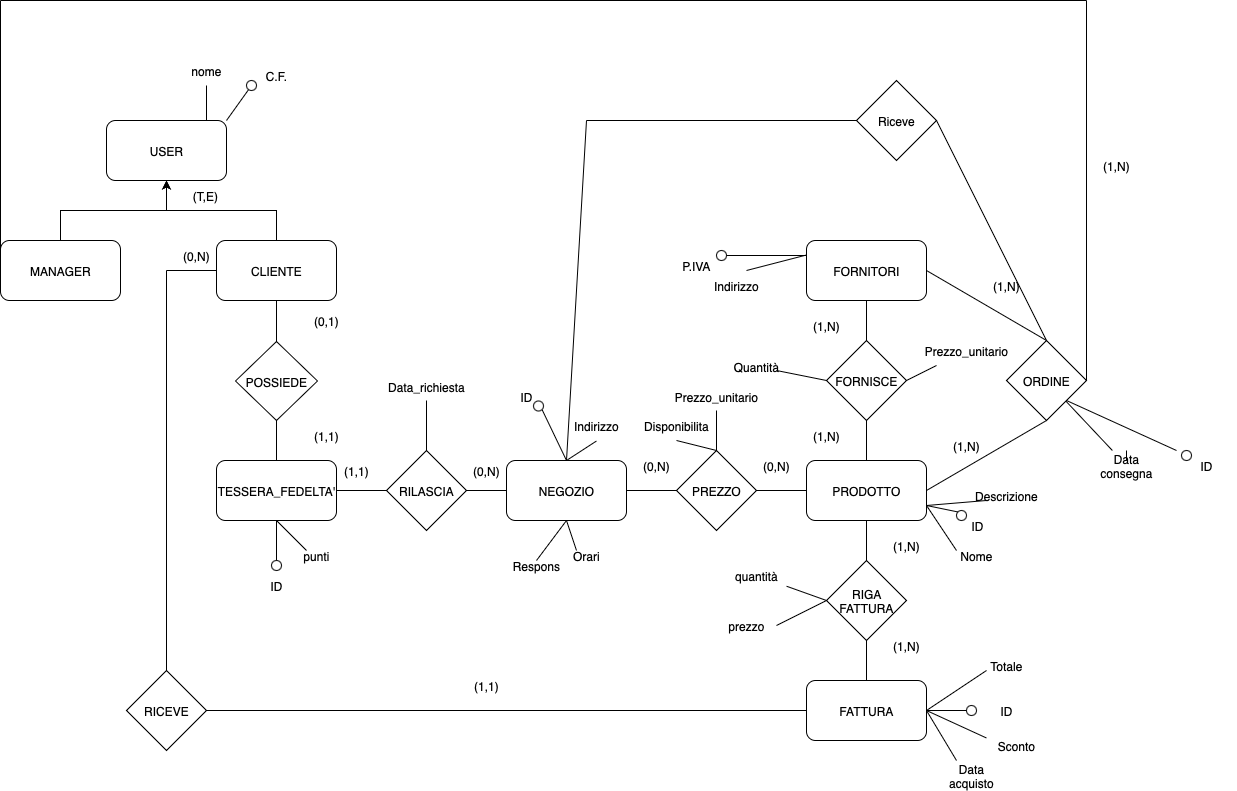
Giann8/Progetto_DB_UNI keeps this draw.io diagram as docs/schema_ER/Diagramma_ER_NR.drawio.png. Above is the earlier version. Source tidied: cells renumbered, new cells last; positions are measured from the earlier drawing's top-left corner, leaving out a move shared by most shapes.
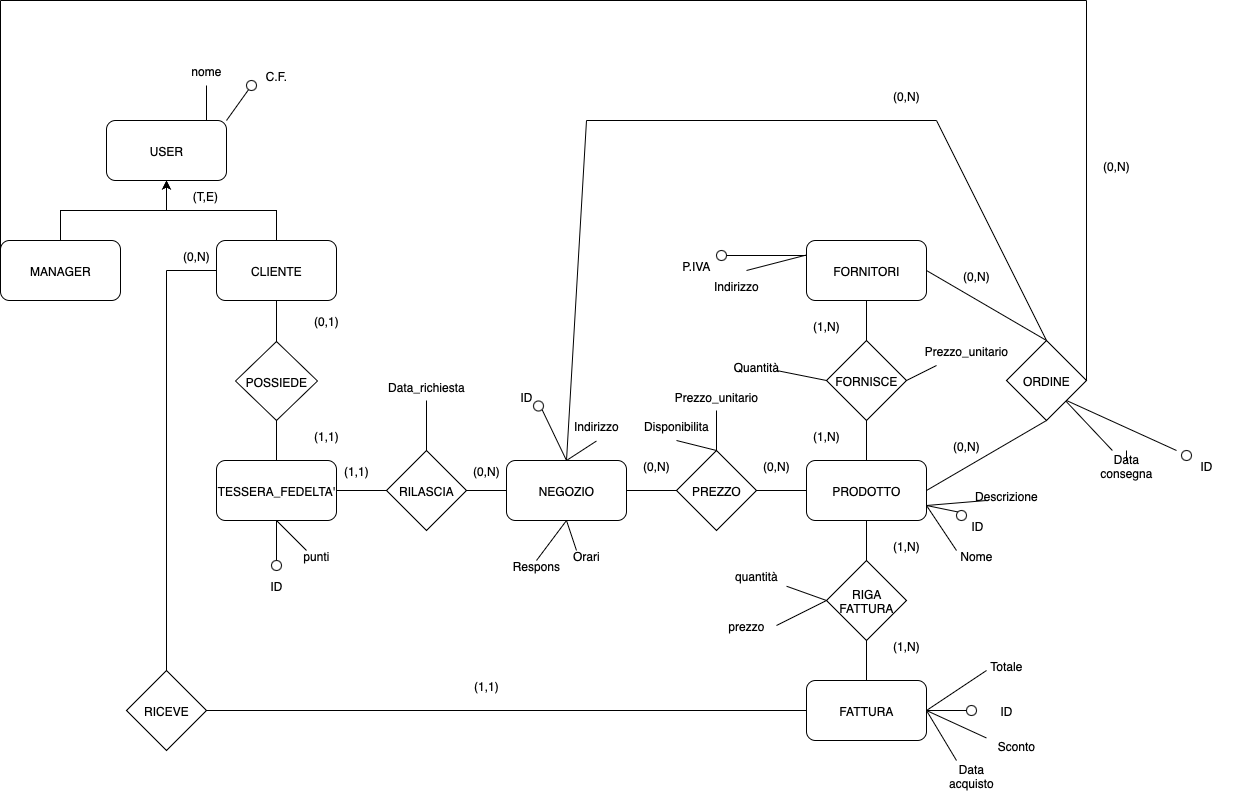
Later version of the same file.

The edit, as a diff of the source:
```diff
@@ -138,10 +138,10 @@
     <mxCell id="45" value="(1,N)" style="text;html=1;align=center;verticalAlign=middle;whiteSpace=wrap;rounded=0;" parent="1" vertex="1">
       <mxGeometry x="796" y="310" width="60" height="30" as="geometry" />
     </mxCell>
-    <mxCell id="46" value="(1,N)" style="text;html=1;align=center;verticalAlign=middle;whiteSpace=wrap;rounded=0;" parent="1" vertex="1">
-      <mxGeometry x="976" y="270" width="60" height="30" as="geometry" />
+    <mxCell id="46" value="(0,N)" style="text;html=1;align=center;verticalAlign=middle;whiteSpace=wrap;rounded=0;" parent="1" vertex="1">
+      <mxGeometry x="946" y="260" width="60" height="30" as="geometry" />
     </mxCell>
-    <mxCell id="47" value="(1,N)" style="text;html=1;align=center;verticalAlign=middle;whiteSpace=wrap;rounded=0;" parent="1" vertex="1">
+    <mxCell id="47" value="(0,N)" style="text;html=1;align=center;verticalAlign=middle;whiteSpace=wrap;rounded=0;" parent="1" vertex="1">
       <mxGeometry x="936" y="430" width="60" height="30" as="geometry" />
     </mxCell>
     <mxCell id="48" style="endArrow=none;html=1;rounded=0;exitX=1;exitY=0;exitDx=0;exitDy=0;" parent="1" edge="1" source="4" target="49">
@@ -365,12 +365,9 @@
         <mxPoint x="1086" as="targetPoint" />
       </mxGeometry>
     </mxCell>
-    <mxCell id="108" value="(1,N)" style="text;html=1;align=center;verticalAlign=middle;whiteSpace=wrap;rounded=0;" parent="1" vertex="1">
+    <mxCell id="108" value="(0,N)" style="text;html=1;align=center;verticalAlign=middle;whiteSpace=wrap;rounded=0;" parent="1" vertex="1">
       <mxGeometry x="1086" y="150" width="60" height="30" as="geometry" />
     </mxCell>
-    <mxCell id="109" value="Riceve" style="rhombus;whiteSpace=wrap;html=1;" parent="1" vertex="1">
-      <mxGeometry x="856" y="80" width="80" height="80" as="geometry" />
-    </mxCell>
     <mxCell id="110" value="Prezzo_unitario" style="text;html=1;align=center;verticalAlign=middle;whiteSpace=wrap;rounded=0;" parent="1" vertex="1">
       <mxGeometry x="936" y="335" width="60" height="30" as="geometry" />
     </mxCell>
@@ -383,12 +380,15 @@
     <mxCell id="113" style="endArrow=none;html=1;rounded=0;exitX=0.5;exitY=0;exitDx=0;exitDy=0;entryX=0.5;entryY=1;entryDx=0;entryDy=0;" parent="1" edge="1" source="18" target="112">
       <mxGeometry relative="1" as="geometry" />
     </mxCell>
-    <mxCell id="114" style="endArrow=none;html=1;rounded=0;exitX=0.5;exitY=0;exitDx=0;exitDy=0;entryX=1;entryY=0.5;entryDx=0;entryDy=0;" parent="1" edge="1" source="29" target="109">
-      <mxGeometry relative="1" as="geometry" />
+    <mxCell id="114" style="endArrow=none;html=1;rounded=0;exitX=0.5;exitY=0;exitDx=0;exitDy=0;entryX=1;entryY=0.5;entryDx=0;entryDy=0;" parent="1" edge="1" source="29">
+      <mxGeometry relative="1" as="geometry">
+        <mxPoint x="936" y="120" as="targetPoint" />
+      </mxGeometry>
     </mxCell>
-    <mxCell id="115" style="endArrow=none;html=1;rounded=0;entryX=0;entryY=0.5;entryDx=0;entryDy=0;" parent="1" edge="1" target="109">
+    <mxCell id="115" style="endArrow=none;html=1;rounded=0;" parent="1" edge="1">
       <mxGeometry relative="1" as="geometry">
         <mxPoint x="586" y="120" as="sourcePoint" />
+        <mxPoint x="936" y="120" as="targetPoint" />
       </mxGeometry>
     </mxCell>
     <mxCell id="116" style="endArrow=none;html=1;rounded=0;exitX=0.5;exitY=0;exitDx=0;exitDy=0;" parent="1" edge="1" source="2">
@@ -396,5 +396,8 @@
         <mxPoint x="586" y="120" as="targetPoint" />
       </mxGeometry>
     </mxCell>
+    <mxCell id="117" value="(0,N)" style="text;html=1;align=center;verticalAlign=middle;whiteSpace=wrap;rounded=0;" parent="1" vertex="1">
+      <mxGeometry x="876" y="80" width="60" height="30" as="geometry" />
+    </mxCell>
   </root>
 </mxGraphModel>
```
